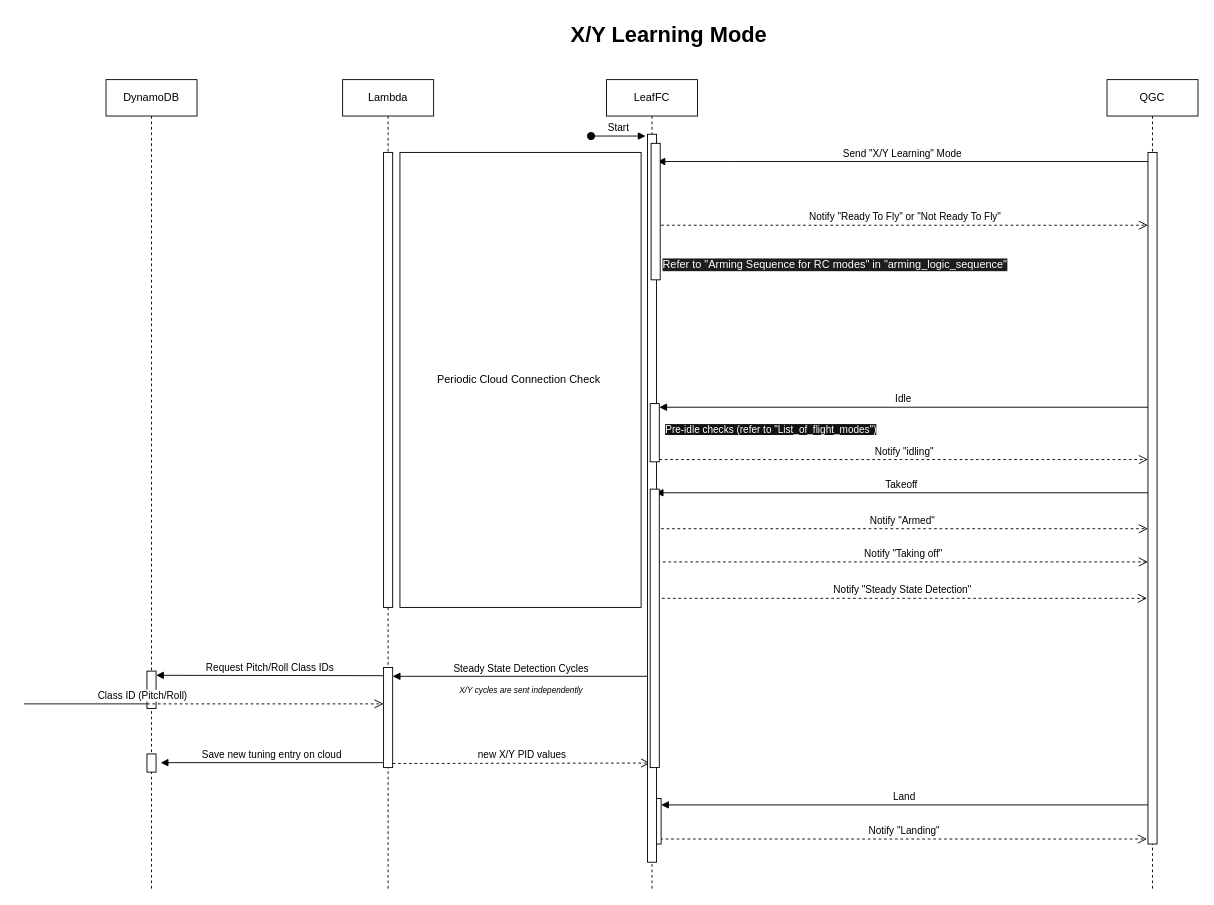
Earlier version of the draw.io diagram Guide/HEAR Software/Flight Modes/Modes Sequence Diagrams/X-Y learning mode.drawio (DroneLeaf/HEAR_wiki). Source tidied: cells renumbered, new cells numbered last; positions are measured from the earlier drawing's top-left corner, leaving out a move shared by most shapes. Both pictures are drawn from the tidied source at 91%, with x=0, y=0 at pixel (24, 15).
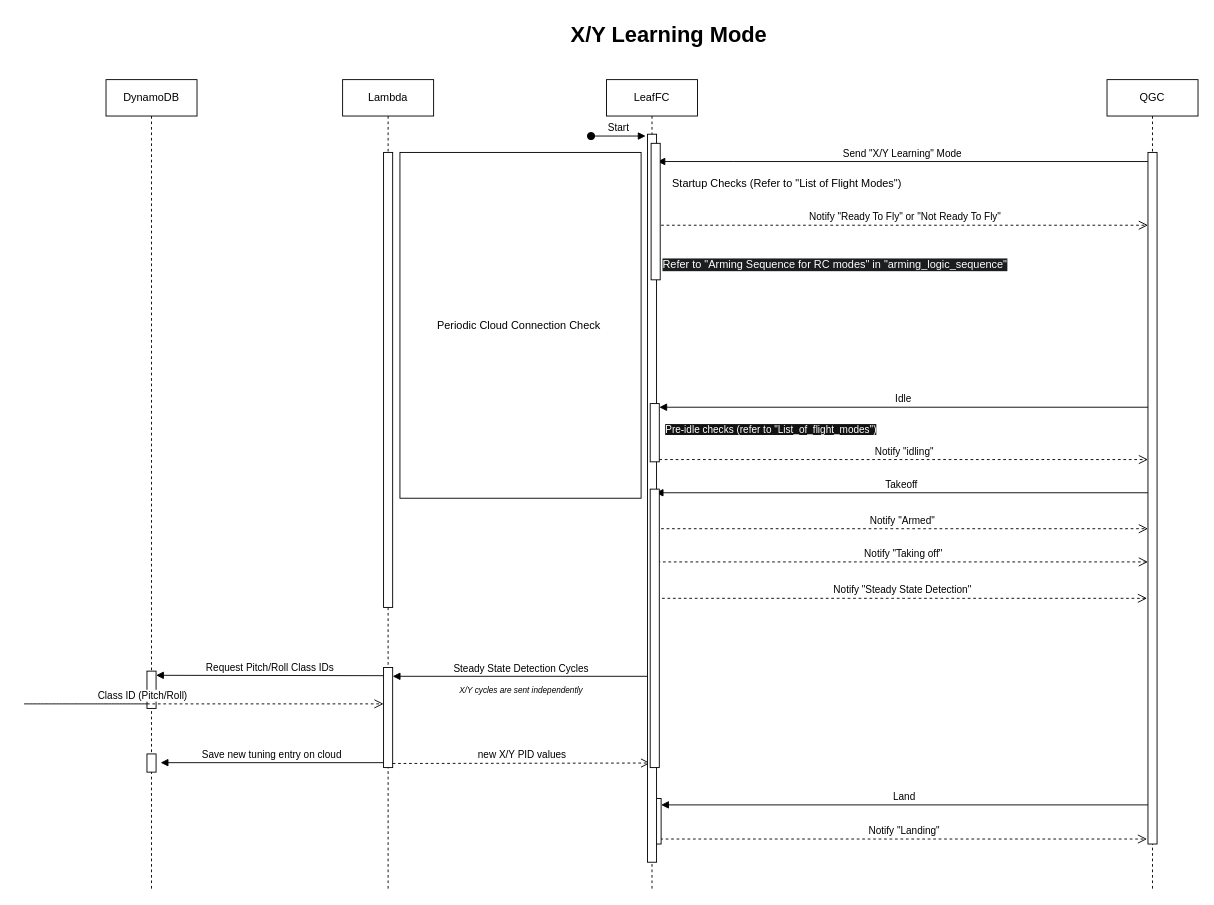
Above is the later version.

Commit message (it also covers changes not shown here):
Update sequence diagrams for flight modes: - defined full learning mode (automated) - add startup checks in "X-Y Learning Mode" diagram. - add startup checks in "full Learning Mode" diagram.

The edit, as a diff of the source:
```diff
@@
     <mxCell id="30" value="Periodic Cloud Connection Check&amp;nbsp;" style="rounded=0;whiteSpace=wrap;html=1;" parent="1" vertex="1">
-      <mxGeometry x="413" y="150" width="265" height="500" as="geometry" />
+      <mxGeometry x="413" y="150" width="265" height="380" as="geometry" />
     </mxCell>
@@
+    <mxCell id="37" value="Startup Checks (Refer to &quot;List of Flight Modes&quot;)" style="text;html=1;align=center;verticalAlign=middle;strokeColor=none;fillColor=none;" parent="1" vertex="1">
+      <mxGeometry x="698" y="170" width="280" height="30" as="geometry" />
+    </mxCell>
```
